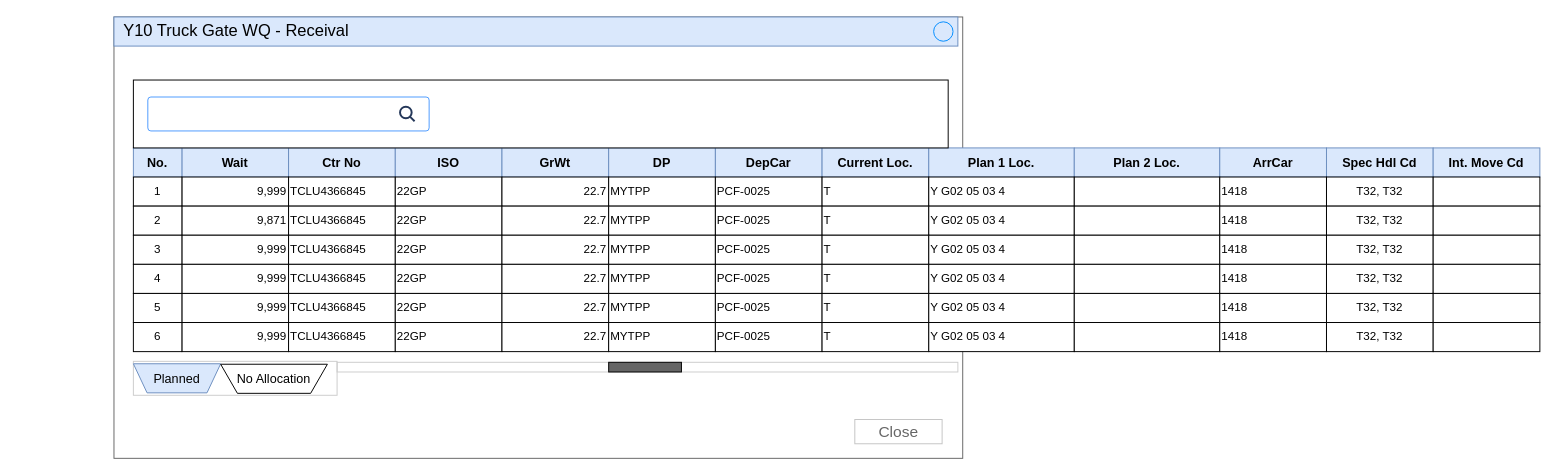
Above: page "Y10" (1 of 3) of documents/sprint-2/Y Management.drawio in csu-anzai/SNP-CMS (draw.io), before the change. Source tidied: cells renumbered, new cells numbered last; positions are measured from the earlier drawing's top-left corner, leaving out a move shared by most shapes. Both pictures are drawn from the tidied source at 97%, with x=0, y=0 at pixel (113, 16).
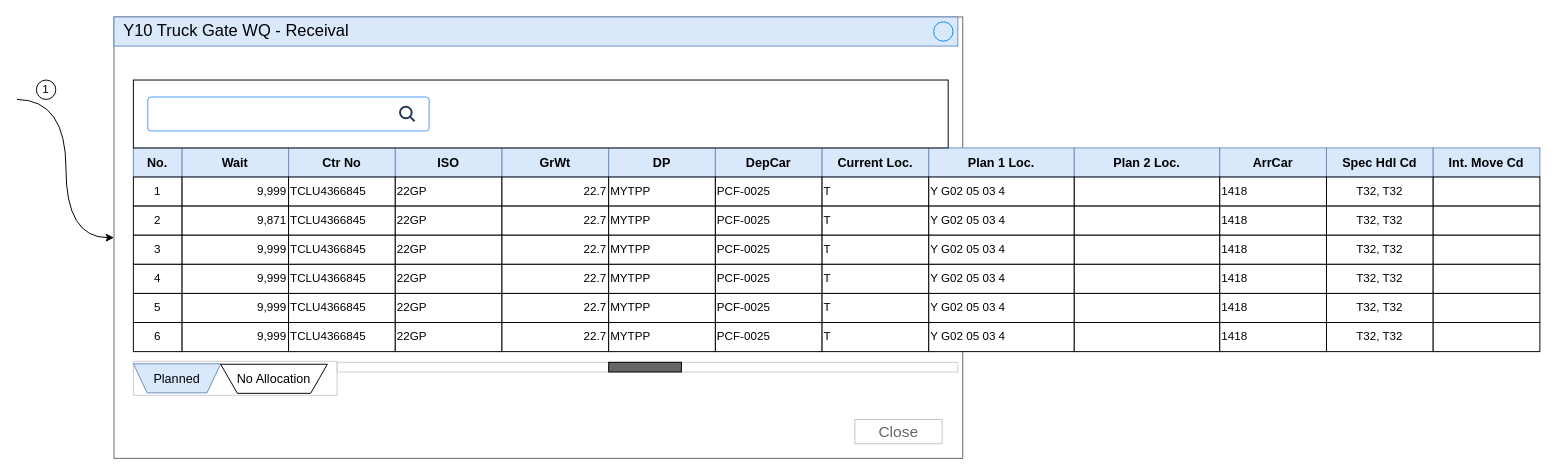
The same diagram, later.

Unchanged cells that the change refers to:
```xml
<mxCell id="2" style="strokeWidth=1;shadow=0;dashed=0;align=center;html=1;shape=mxgraph.mockup.containers.rrect;rSize=0;strokeColor=#666666;fontColor=#666666;fontSize=17;verticalAlign=top;whiteSpace=wrap;fillColor=#ffffff;spacingTop=32;" parent="1" vertex="1">
  <mxGeometry width="875" height="455" as="geometry" />
</mxCell>
```

Change to the diagram source:
```diff
@@
+    <mxCell id="105" style="edgeStyle=orthogonalEdgeStyle;rounded=0;jettySize=auto;html=1;curved=1;endArrow=none;endFill=0;startArrow=classic;startFill=1;" parent="1" edge="1" source="2">
+      <mxGeometry relative="1" as="geometry">
+        <mxPoint x="-100" y="85" as="targetPoint" />
+      </mxGeometry>
+    </mxCell>
@@
+    <mxCell id="106" value="1" style="ellipse;whiteSpace=wrap;html=1;" parent="1" vertex="1">
+      <mxGeometry x="-80" y="65" width="20" height="20" as="geometry" />
+    </mxCell>
```
